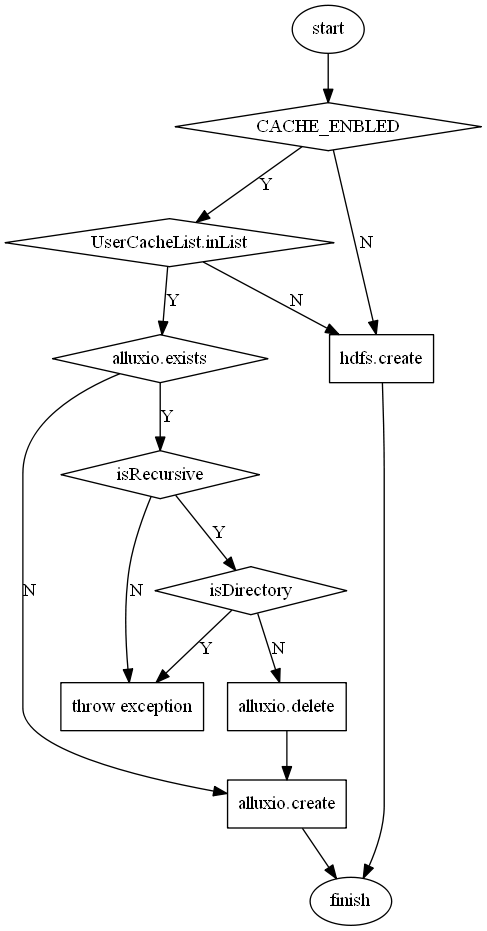
Earlier version of the Graphviz export alluxio/flow/append.png (Jason0812/doc). Its source is kept beside it as alluxio/flow/append.dot.
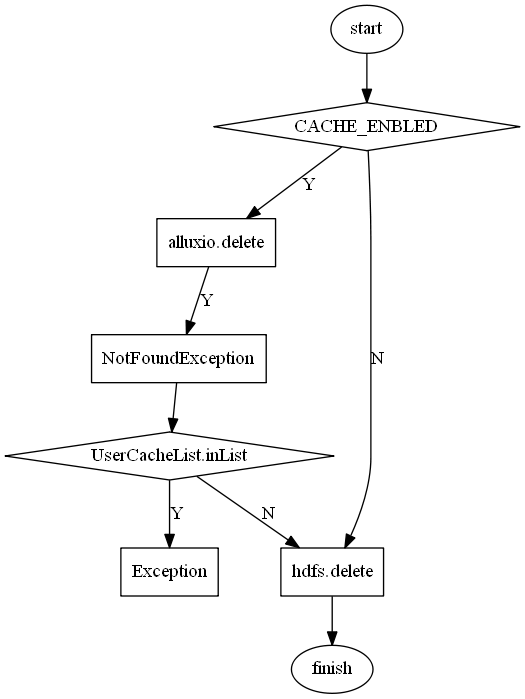
The same file after the commit.

The edit, as a diff of the source:
```diff
@@ -6,17 +6,12 @@
 	delete[shape = box, label ="alluxio.delete"];
 	append[shape = box, label = "HDFS.append"]
 	exception[shape = box, label = "AlluxioNotSupportAppend"]
-	create[shape = box, label = "alluxio.create"];
-	finish[shape=ellipse]
 	start -> CACHE_ENBLED;
-	CACHE_ENBLED -> isExistInAlluxio[label = "Y"];
-	append -> finish;
-	isExistInAlluxio -> inList[label="Y"];
+	CACHE_ENBLED -> inList[label = "Y"];
 	inList -> exception[label = "Y"];
-	isExistInAlluxio -> create[label="N"];
-	create -> finish;
-	inList -> delete[label="N"];
+	inList -> isExistInAlluxio[label = "N"];
+	isExistInAlluxio -> delete[label="Y"];
+	isExistInAlluxio -> append[label = "N"];
 	delete -> append[label="delete success"];
 	CACHE_ENBLED -> append[label = "N"];
-
 }
```
